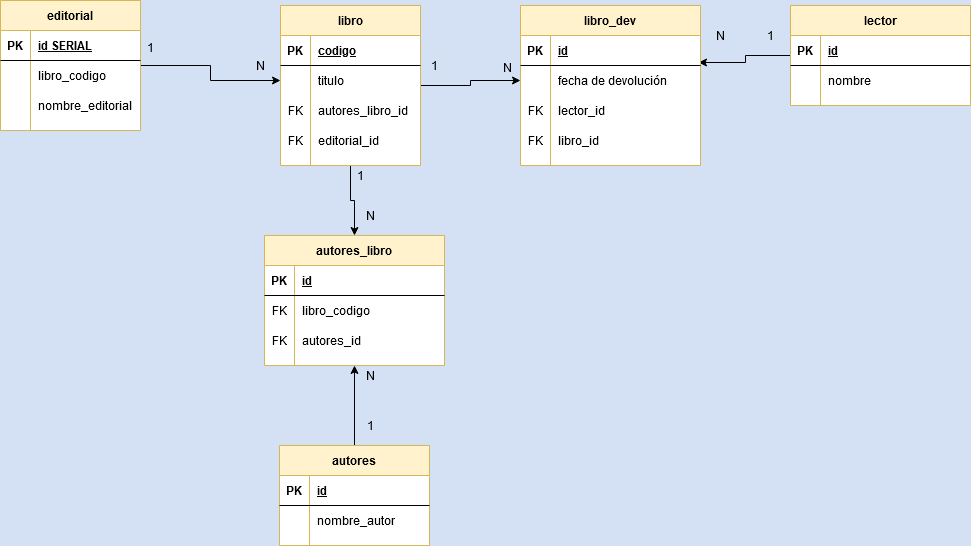
gilibethvega/libros_normalizacion keeps this draw.io diagram as Diagrama_Libros.png. Above is the earlier version. Source tidied: cells renumbered, new cells last; positions are measured from the earlier drawing's top-left corner, leaving out a move shared by most shapes.
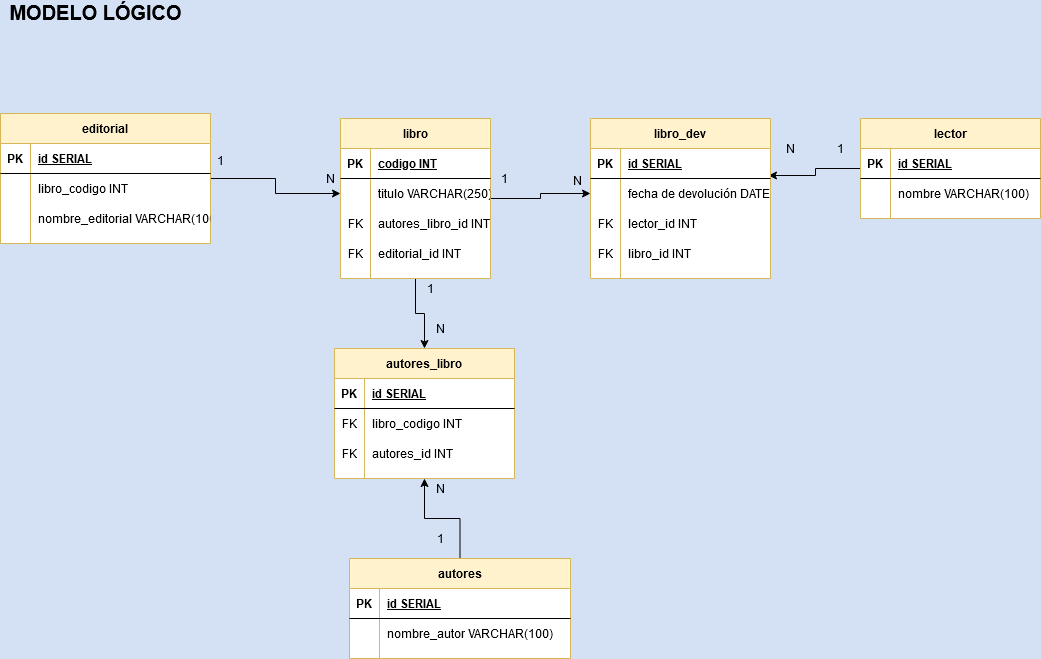
Later version of the same file.

Change to the diagram source:
```diff
@@ -9,43 +9,43 @@
       <mxGeometry relative="1" as="geometry" />
     </mxCell>
     <mxCell id="4" value="libro" style="shape=table;startSize=30;rowLines=0;fontStyle=1;align=center;swimlaneFillColor=#ffffff;fillColor=#fff2cc;strokeColor=#d6b656;" parent="1" vertex="1">
-      <mxGeometry x="280" y="5" width="140" height="160" as="geometry" />
+      <mxGeometry x="270" y="5" width="150" height="160" as="geometry" />
     </mxCell>
     <mxCell id="5" style="shape=partialRectangle;fillColor=none;top=0;left=0;bottom=1;right=0;" parent="4" vertex="1">
-      <mxGeometry y="30" width="140" height="30" as="geometry" />
+      <mxGeometry y="30" width="150" height="30" as="geometry" />
     </mxCell>
     <mxCell id="6" value="PK" style="shape=partialRectangle;fillColor=none;top=0;left=0;bottom=0;right=0;fontStyle=1;overflow=hidden;" parent="5" vertex="1">
       <mxGeometry width="30" height="30" as="geometry" />
     </mxCell>
-    <mxCell id="7" value="codigo" style="shape=partialRectangle;fillColor=none;top=0;left=0;bottom=0;right=0;align=left;spacingLeft=6;fontStyle=5;overflow=hidden;" parent="5" vertex="1">
-      <mxGeometry x="30" width="110" height="30" as="geometry" />
+    <mxCell id="7" value="codigo INT" style="shape=partialRectangle;fillColor=none;top=0;left=0;bottom=0;right=0;align=left;spacingLeft=6;fontStyle=5;overflow=hidden;" parent="5" vertex="1">
+      <mxGeometry x="30" width="120" height="30" as="geometry" />
     </mxCell>
     <mxCell id="8" style="shape=partialRectangle;fillColor=none;top=0;left=0;bottom=0;right=0;points=[[0,0.5],[1,0.5]];portConstraint=eastwest;" parent="4" vertex="1">
-      <mxGeometry y="60" width="140" height="30" as="geometry" />
+      <mxGeometry y="60" width="150" height="30" as="geometry" />
     </mxCell>
     <mxCell id="9" style="shape=partialRectangle;fillColor=none;top=0;left=0;bottom=0;right=0;overflow=hidden;" parent="8" vertex="1">
       <mxGeometry width="30" height="30" as="geometry" />
     </mxCell>
-    <mxCell id="10" value="titulo" style="shape=partialRectangle;fillColor=none;top=0;left=0;bottom=0;right=0;align=left;spacingLeft=6;overflow=hidden;" parent="8" vertex="1">
-      <mxGeometry x="30" width="110" height="30" as="geometry" />
+    <mxCell id="10" value="titulo VARCHAR(250)" style="shape=partialRectangle;fillColor=none;top=0;left=0;bottom=0;right=0;align=left;spacingLeft=6;overflow=hidden;" parent="8" vertex="1">
+      <mxGeometry x="30" width="120" height="30" as="geometry" />
     </mxCell>
     <mxCell id="11" style="shape=partialRectangle;fillColor=none;top=0;left=0;bottom=0;right=0;" parent="4" vertex="1">
-      <mxGeometry y="90" width="140" height="30" as="geometry" />
+      <mxGeometry y="90" width="150" height="30" as="geometry" />
     </mxCell>
     <mxCell id="12" value="FK" style="shape=partialRectangle;fillColor=none;top=0;left=0;bottom=0;right=0;overflow=hidden;" parent="11" vertex="1">
       <mxGeometry width="30" height="30" as="geometry" />
     </mxCell>
-    <mxCell id="13" value="autores_libro_id" style="shape=partialRectangle;fillColor=none;top=0;left=0;bottom=0;right=0;align=left;spacingLeft=6;overflow=hidden;" parent="11" vertex="1">
-      <mxGeometry x="30" width="110" height="30" as="geometry" />
+    <mxCell id="13" value="autores_libro_id INT" style="shape=partialRectangle;fillColor=none;top=0;left=0;bottom=0;right=0;align=left;spacingLeft=6;overflow=hidden;" parent="11" vertex="1">
+      <mxGeometry x="30" width="120" height="30" as="geometry" />
     </mxCell>
     <mxCell id="14" style="shape=partialRectangle;fillColor=none;top=0;left=0;bottom=0;right=0;" parent="4" vertex="1">
-      <mxGeometry y="120" width="140" height="30" as="geometry" />
+      <mxGeometry y="120" width="150" height="30" as="geometry" />
     </mxCell>
     <mxCell id="15" value="FK" style="shape=partialRectangle;fillColor=none;top=0;left=0;bottom=0;right=0;fontStyle=0;overflow=hidden;" parent="14" vertex="1">
       <mxGeometry width="30" height="30" as="geometry" />
     </mxCell>
-    <mxCell id="16" value="editorial_id" style="shape=partialRectangle;fillColor=none;top=0;left=0;bottom=0;right=0;align=left;spacingLeft=6;fontStyle=0;overflow=hidden;" parent="14" vertex="1">
-      <mxGeometry x="30" width="110" height="30" as="geometry" />
+    <mxCell id="16" value="editorial_id INT" style="shape=partialRectangle;fillColor=none;top=0;left=0;bottom=0;right=0;align=left;spacingLeft=6;fontStyle=0;overflow=hidden;" parent="14" vertex="1">
+      <mxGeometry x="30" width="120" height="30" as="geometry" />
     </mxCell>
     <mxCell id="17" style="edgeStyle=orthogonalEdgeStyle;rounded=0;jettySize=auto;html=1;entryX=0.989;entryY=-0.1;entryDx=0;entryDy=0;entryPerimeter=0;" parent="1" edge="1" source="18" target="37">
       <mxGeometry relative="1" as="geometry" />
@@ -59,7 +59,7 @@
     <mxCell id="20" value="PK" style="shape=partialRectangle;top=0;left=0;bottom=0;right=0;fontStyle=1;overflow=hidden;fillColor=none;" parent="19" vertex="1">
       <mxGeometry width="30" height="30" as="geometry" />
     </mxCell>
-    <mxCell id="21" value="id" style="shape=partialRectangle;fillColor=none;top=0;left=0;bottom=0;right=0;align=left;spacingLeft=6;fontStyle=5;overflow=hidden;" parent="19" vertex="1">
+    <mxCell id="21" value="id SERIAL" style="shape=partialRectangle;fillColor=none;top=0;left=0;bottom=0;right=0;align=left;spacingLeft=6;fontStyle=5;overflow=hidden;" parent="19" vertex="1">
       <mxGeometry x="30" width="150" height="30" as="geometry" />
     </mxCell>
     <mxCell id="22" style="shape=partialRectangle;fillColor=none;top=0;left=0;bottom=0;right=0;" parent="18" vertex="1">
@@ -68,32 +68,32 @@
     <mxCell id="23" style="shape=partialRectangle;fillColor=none;top=0;left=0;bottom=0;right=0;overflow=hidden;" parent="22" vertex="1">
       <mxGeometry width="30" height="30" as="geometry" />
     </mxCell>
-    <mxCell id="24" value="nombre" style="shape=partialRectangle;fillColor=none;top=0;left=0;bottom=0;right=0;align=left;spacingLeft=6;overflow=hidden;" parent="22" vertex="1">
+    <mxCell id="24" value="nombre VARCHAR(100)" style="shape=partialRectangle;fillColor=none;top=0;left=0;bottom=0;right=0;align=left;spacingLeft=6;overflow=hidden;" parent="22" vertex="1">
       <mxGeometry x="30" width="150" height="30" as="geometry" />
     </mxCell>
     <mxCell id="25" style="edgeStyle=orthogonalEdgeStyle;rounded=0;jettySize=auto;html=1;exitX=0.5;exitY=0;exitDx=0;exitDy=0;entryX=0.5;entryY=1;entryDx=0;entryDy=0;" parent="1" edge="1" source="26" target="50">
       <mxGeometry relative="1" as="geometry" />
     </mxCell>
     <mxCell id="26" value="autores" style="shape=table;startSize=30;rowLines=0;fontStyle=1;align=center;swimlaneFillColor=#ffffff;fillColor=#fff2cc;strokeColor=#d6b656;" parent="1" vertex="1">
-      <mxGeometry x="279" y="445" width="150" height="100" as="geometry" />
+      <mxGeometry x="279" y="445" width="221" height="100" as="geometry" />
     </mxCell>
     <mxCell id="27" style="shape=partialRectangle;fillColor=none;top=0;left=0;bottom=1;right=0;" parent="26" vertex="1">
-      <mxGeometry y="30" width="150" height="30" as="geometry" />
+      <mxGeometry y="30" width="221" height="30" as="geometry" />
     </mxCell>
     <mxCell id="28" value="PK" style="shape=partialRectangle;fillColor=none;top=0;left=0;bottom=0;right=0;fontStyle=1;overflow=hidden;" parent="27" vertex="1">
       <mxGeometry width="30" height="30" as="geometry" />
     </mxCell>
-    <mxCell id="29" value="id" style="shape=partialRectangle;fillColor=none;top=0;left=0;bottom=0;right=0;align=left;spacingLeft=6;fontStyle=5;overflow=hidden;" parent="27" vertex="1">
-      <mxGeometry x="30" width="120" height="30" as="geometry" />
+    <mxCell id="29" value="id SERIAL" style="shape=partialRectangle;fillColor=none;top=0;left=0;bottom=0;right=0;align=left;spacingLeft=6;fontStyle=5;overflow=hidden;" parent="27" vertex="1">
+      <mxGeometry x="30" width="191" height="30" as="geometry" />
     </mxCell>
     <mxCell id="30" style="shape=partialRectangle;fillColor=none;top=0;left=0;bottom=0;right=0;" parent="26" vertex="1">
-      <mxGeometry y="60" width="150" height="30" as="geometry" />
+      <mxGeometry y="60" width="221" height="30" as="geometry" />
     </mxCell>
     <mxCell id="31" style="shape=partialRectangle;fillColor=none;top=0;left=0;bottom=0;right=0;overflow=hidden;" parent="30" vertex="1">
       <mxGeometry width="30" height="30" as="geometry" />
     </mxCell>
-    <mxCell id="32" value="nombre_autor" style="shape=partialRectangle;fillColor=none;top=0;left=0;bottom=0;right=0;align=left;spacingLeft=6;overflow=hidden;" parent="30" vertex="1">
-      <mxGeometry x="30" width="120" height="30" as="geometry" />
+    <mxCell id="32" value="nombre_autor VARCHAR(100)" style="shape=partialRectangle;fillColor=none;top=0;left=0;bottom=0;right=0;align=left;spacingLeft=6;overflow=hidden;" parent="30" vertex="1">
+      <mxGeometry x="30" width="191" height="30" as="geometry" />
     </mxCell>
     <mxCell id="33" value="libro_dev" style="shape=table;startSize=30;rowLines=0;fontStyle=1;align=center;swimlaneFillColor=#ffffff;fillColor=#fff2cc;strokeColor=#d6b656;" parent="1" vertex="1">
       <mxGeometry x="520" y="5" width="180" height="160" as="geometry" />
@@ -104,7 +104,7 @@
     <mxCell id="35" value="PK" style="shape=partialRectangle;fillColor=none;top=0;left=0;bottom=0;right=0;fontStyle=1;overflow=hidden;" parent="34" vertex="1">
       <mxGeometry width="30" height="30" as="geometry" />
     </mxCell>
-    <mxCell id="36" value="id" style="shape=partialRectangle;fillColor=none;top=0;left=0;bottom=0;right=0;align=left;spacingLeft=6;fontStyle=5;overflow=hidden;" parent="34" vertex="1">
+    <mxCell id="36" value="id SERIAL" style="shape=partialRectangle;fillColor=none;top=0;left=0;bottom=0;right=0;align=left;spacingLeft=6;fontStyle=5;overflow=hidden;" parent="34" vertex="1">
       <mxGeometry x="30" width="150" height="30" as="geometry" />
     </mxCell>
     <mxCell id="37" style="shape=partialRectangle;fillColor=none;top=0;left=0;bottom=0;right=0;points=[[0,0.5],[1,0.5]];portConstraint=eastwest;" parent="33" vertex="1">
@@ -113,7 +113,7 @@
     <mxCell id="38" style="shape=partialRectangle;fillColor=none;top=0;left=0;bottom=0;right=0;overflow=hidden;" parent="37" vertex="1">
       <mxGeometry width="30" height="30" as="geometry" />
     </mxCell>
-    <mxCell id="39" value="fecha de devolución" style="shape=partialRectangle;fillColor=none;top=0;left=0;bottom=0;right=0;align=left;spacingLeft=6;overflow=hidden;" parent="37" vertex="1">
+    <mxCell id="39" value="fecha de devolución DATE" style="shape=partialRectangle;fillColor=none;top=0;left=0;bottom=0;right=0;align=left;spacingLeft=6;overflow=hidden;" parent="37" vertex="1">
       <mxGeometry x="30" width="150" height="30" as="geometry" />
     </mxCell>
     <mxCell id="40" style="shape=partialRectangle;fillColor=none;top=0;left=0;bottom=0;right=0;" parent="33" vertex="1">
@@ -122,7 +122,7 @@
     <mxCell id="41" value="FK" style="shape=partialRectangle;fillColor=none;top=0;left=0;bottom=0;right=0;overflow=hidden;" parent="40" vertex="1">
       <mxGeometry width="30" height="30" as="geometry" />
     </mxCell>
-    <mxCell id="42" value="lector_id" style="shape=partialRectangle;fillColor=none;top=0;left=0;bottom=0;right=0;align=left;spacingLeft=6;overflow=hidden;" parent="40" vertex="1">
+    <mxCell id="42" value="lector_id INT" style="shape=partialRectangle;fillColor=none;top=0;left=0;bottom=0;right=0;align=left;spacingLeft=6;overflow=hidden;" parent="40" vertex="1">
       <mxGeometry x="30" width="150" height="30" as="geometry" />
     </mxCell>
     <mxCell id="43" style="shape=partialRectangle;fillColor=none;top=0;left=0;bottom=0;right=0;" parent="33" vertex="1">
@@ -131,7 +131,7 @@
     <mxCell id="44" value="FK" style="shape=partialRectangle;fillColor=none;top=0;left=0;bottom=0;right=0;overflow=hidden;" parent="43" vertex="1">
       <mxGeometry width="30" height="30" as="geometry" />
     </mxCell>
-    <mxCell id="45" value="libro_id" style="shape=partialRectangle;fillColor=none;top=0;left=0;bottom=0;right=0;align=left;spacingLeft=6;overflow=hidden;" parent="43" vertex="1">
+    <mxCell id="45" value="libro_id INT" style="shape=partialRectangle;fillColor=none;top=0;left=0;bottom=0;right=0;align=left;spacingLeft=6;overflow=hidden;" parent="43" vertex="1">
       <mxGeometry x="30" width="150" height="30" as="geometry" />
     </mxCell>
     <mxCell id="46" value="1" style="text;html=1;align=center;verticalAlign=middle;" parent="1" vertex="1">
@@ -155,7 +155,7 @@
     <mxCell id="52" value="PK" style="shape=partialRectangle;fillColor=none;top=0;left=0;bottom=0;right=0;fontStyle=1;overflow=hidden;" parent="51" vertex="1">
       <mxGeometry width="30" height="30" as="geometry" />
     </mxCell>
-    <mxCell id="53" value="id" style="shape=partialRectangle;fillColor=none;top=0;left=0;bottom=0;right=0;align=left;spacingLeft=6;fontStyle=5;overflow=hidden;" parent="51" vertex="1">
+    <mxCell id="53" value="id SERIAL" style="shape=partialRectangle;fillColor=none;top=0;left=0;bottom=0;right=0;align=left;spacingLeft=6;fontStyle=5;overflow=hidden;" parent="51" vertex="1">
       <mxGeometry x="30" width="150" height="30" as="geometry" />
     </mxCell>
     <mxCell id="54" style="shape=partialRectangle;fillColor=none;top=0;left=0;bottom=0;right=0;" parent="50" vertex="1">
@@ -164,7 +164,7 @@
     <mxCell id="55" value="FK" style="shape=partialRectangle;fillColor=none;top=0;left=0;bottom=0;right=0;overflow=hidden;" parent="54" vertex="1">
       <mxGeometry width="30" height="30" as="geometry" />
     </mxCell>
-    <mxCell id="56" value="libro_codigo" style="shape=partialRectangle;fillColor=none;top=0;left=0;bottom=0;right=0;align=left;spacingLeft=6;overflow=hidden;" parent="54" vertex="1">
+    <mxCell id="56" value="libro_codigo INT" style="shape=partialRectangle;fillColor=none;top=0;left=0;bottom=0;right=0;align=left;spacingLeft=6;overflow=hidden;" parent="54" vertex="1">
       <mxGeometry x="30" width="150" height="30" as="geometry" />
     </mxCell>
     <mxCell id="57" style="shape=partialRectangle;fillColor=none;top=0;left=0;bottom=0;right=0;" parent="50" vertex="1">
@@ -173,41 +173,41 @@
     <mxCell id="58" value="FK" style="shape=partialRectangle;fillColor=none;top=0;left=0;bottom=0;right=0;overflow=hidden;" parent="57" vertex="1">
       <mxGeometry width="30" height="30" as="geometry" />
     </mxCell>
-    <mxCell id="59" value="autores_id" style="shape=partialRectangle;fillColor=none;top=0;left=0;bottom=0;right=0;align=left;spacingLeft=6;overflow=hidden;" parent="57" vertex="1">
+    <mxCell id="59" value="autores_id INT" style="shape=partialRectangle;fillColor=none;top=0;left=0;bottom=0;right=0;align=left;spacingLeft=6;overflow=hidden;" parent="57" vertex="1">
       <mxGeometry x="30" width="150" height="30" as="geometry" />
     </mxCell>
     <mxCell id="60" style="edgeStyle=orthogonalEdgeStyle;rounded=0;jettySize=auto;html=1;entryX=0;entryY=0.5;entryDx=0;entryDy=0;" parent="1" edge="1" source="61" target="8">
       <mxGeometry relative="1" as="geometry" />
     </mxCell>
     <mxCell id="61" value="editorial" style="shape=table;startSize=30;rowLines=0;fontStyle=1;align=center;swimlaneFillColor=#ffffff;fillColor=#fff2cc;strokeColor=#d6b656;" parent="1" vertex="1">
-      <mxGeometry width="140" height="130" as="geometry" />
+      <mxGeometry x="-70" width="210" height="130" as="geometry" />
     </mxCell>
     <mxCell id="62" style="shape=partialRectangle;fillColor=none;top=0;left=0;bottom=1;right=0;" parent="61" vertex="1">
-      <mxGeometry y="30" width="140" height="30" as="geometry" />
+      <mxGeometry y="30" width="210" height="30" as="geometry" />
     </mxCell>
     <mxCell id="63" value="PK" style="shape=partialRectangle;fillColor=none;top=0;left=0;bottom=0;right=0;fontStyle=1;overflow=hidden;" parent="62" vertex="1">
       <mxGeometry width="30" height="30" as="geometry" />
     </mxCell>
     <mxCell id="64" value="id SERIAL" style="shape=partialRectangle;fillColor=none;top=0;left=0;bottom=0;right=0;align=left;spacingLeft=6;fontStyle=5;overflow=hidden;" parent="62" vertex="1">
-      <mxGeometry x="30" width="110" height="30" as="geometry" />
+      <mxGeometry x="30" width="180" height="30" as="geometry" />
     </mxCell>
     <mxCell id="65" style="shape=partialRectangle;fillColor=none;top=0;left=0;bottom=0;right=0;" parent="61" vertex="1">
-      <mxGeometry y="60" width="140" height="30" as="geometry" />
+      <mxGeometry y="60" width="210" height="30" as="geometry" />
     </mxCell>
     <mxCell id="66" style="shape=partialRectangle;fillColor=none;top=0;left=0;bottom=0;right=0;overflow=hidden;" parent="65" vertex="1">
       <mxGeometry width="30" height="30" as="geometry" />
     </mxCell>
-    <mxCell id="67" value="libro_codigo" style="shape=partialRectangle;fillColor=none;top=0;left=0;bottom=0;right=0;align=left;spacingLeft=6;overflow=hidden;" parent="65" vertex="1">
-      <mxGeometry x="30" width="110" height="30" as="geometry" />
+    <mxCell id="67" value="libro_codigo INT" style="shape=partialRectangle;fillColor=none;top=0;left=0;bottom=0;right=0;align=left;spacingLeft=6;overflow=hidden;" parent="65" vertex="1">
+      <mxGeometry x="30" width="180" height="30" as="geometry" />
     </mxCell>
     <mxCell id="68" style="shape=partialRectangle;fillColor=none;top=0;left=0;bottom=0;right=0;" parent="61" vertex="1">
-      <mxGeometry y="90" width="140" height="30" as="geometry" />
+      <mxGeometry y="90" width="210" height="30" as="geometry" />
     </mxCell>
     <mxCell id="69" style="shape=partialRectangle;fillColor=none;top=0;left=0;bottom=0;right=0;overflow=hidden;" parent="68" vertex="1">
       <mxGeometry width="30" height="30" as="geometry" />
     </mxCell>
-    <mxCell id="70" value="nombre_editorial" style="shape=partialRectangle;fillColor=none;top=0;left=0;bottom=0;right=0;align=left;spacingLeft=6;overflow=hidden;" parent="68" vertex="1">
-      <mxGeometry x="30" width="110" height="30" as="geometry" />
+    <mxCell id="70" value="nombre_editorial VARCHAR(100)" style="shape=partialRectangle;fillColor=none;top=0;left=0;bottom=0;right=0;align=left;spacingLeft=6;overflow=hidden;" parent="68" vertex="1">
+      <mxGeometry x="30" width="180" height="30" as="geometry" />
     </mxCell>
     <mxCell id="71" value="1" style="text;html=1;align=center;verticalAlign=middle;" parent="1" vertex="1">
       <mxGeometry x="140" y="37" width="20" height="20" as="geometry" />
@@ -227,5 +227,8 @@
     <mxCell id="76" value="N" style="text;html=1;align=center;verticalAlign=middle;" parent="1" vertex="1">
       <mxGeometry x="360" y="205" width="20" height="20" as="geometry" />
     </mxCell>
+    <mxCell id="77" value="&lt;font style=&quot;font-size: 20px&quot;&gt;&lt;b&gt;MODELO LÓGICO&lt;/b&gt;&lt;/font&gt;" style="text;html=1;align=center;verticalAlign=middle;" parent="1" vertex="1">
+      <mxGeometry x="-70" y="-111" width="190" height="20" as="geometry" />
+    </mxCell>
   </root>
 </mxGraphModel>
```
